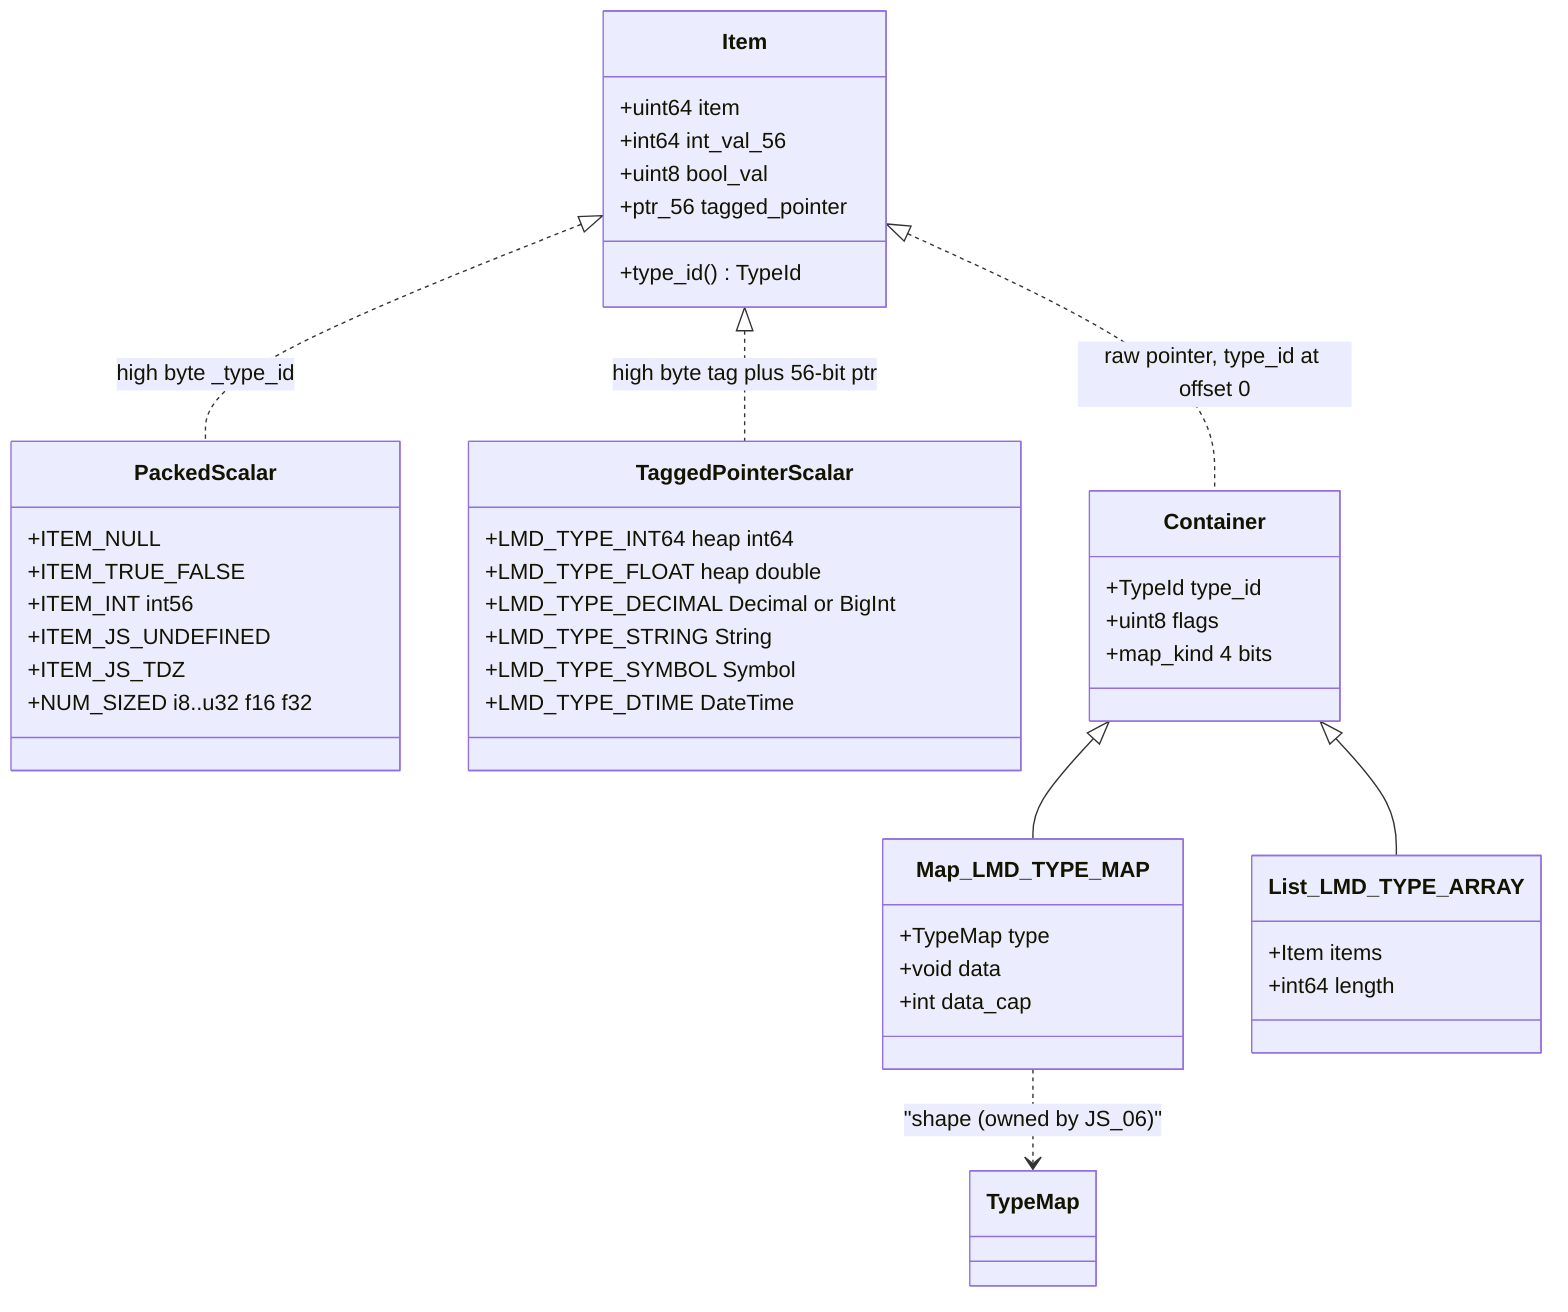
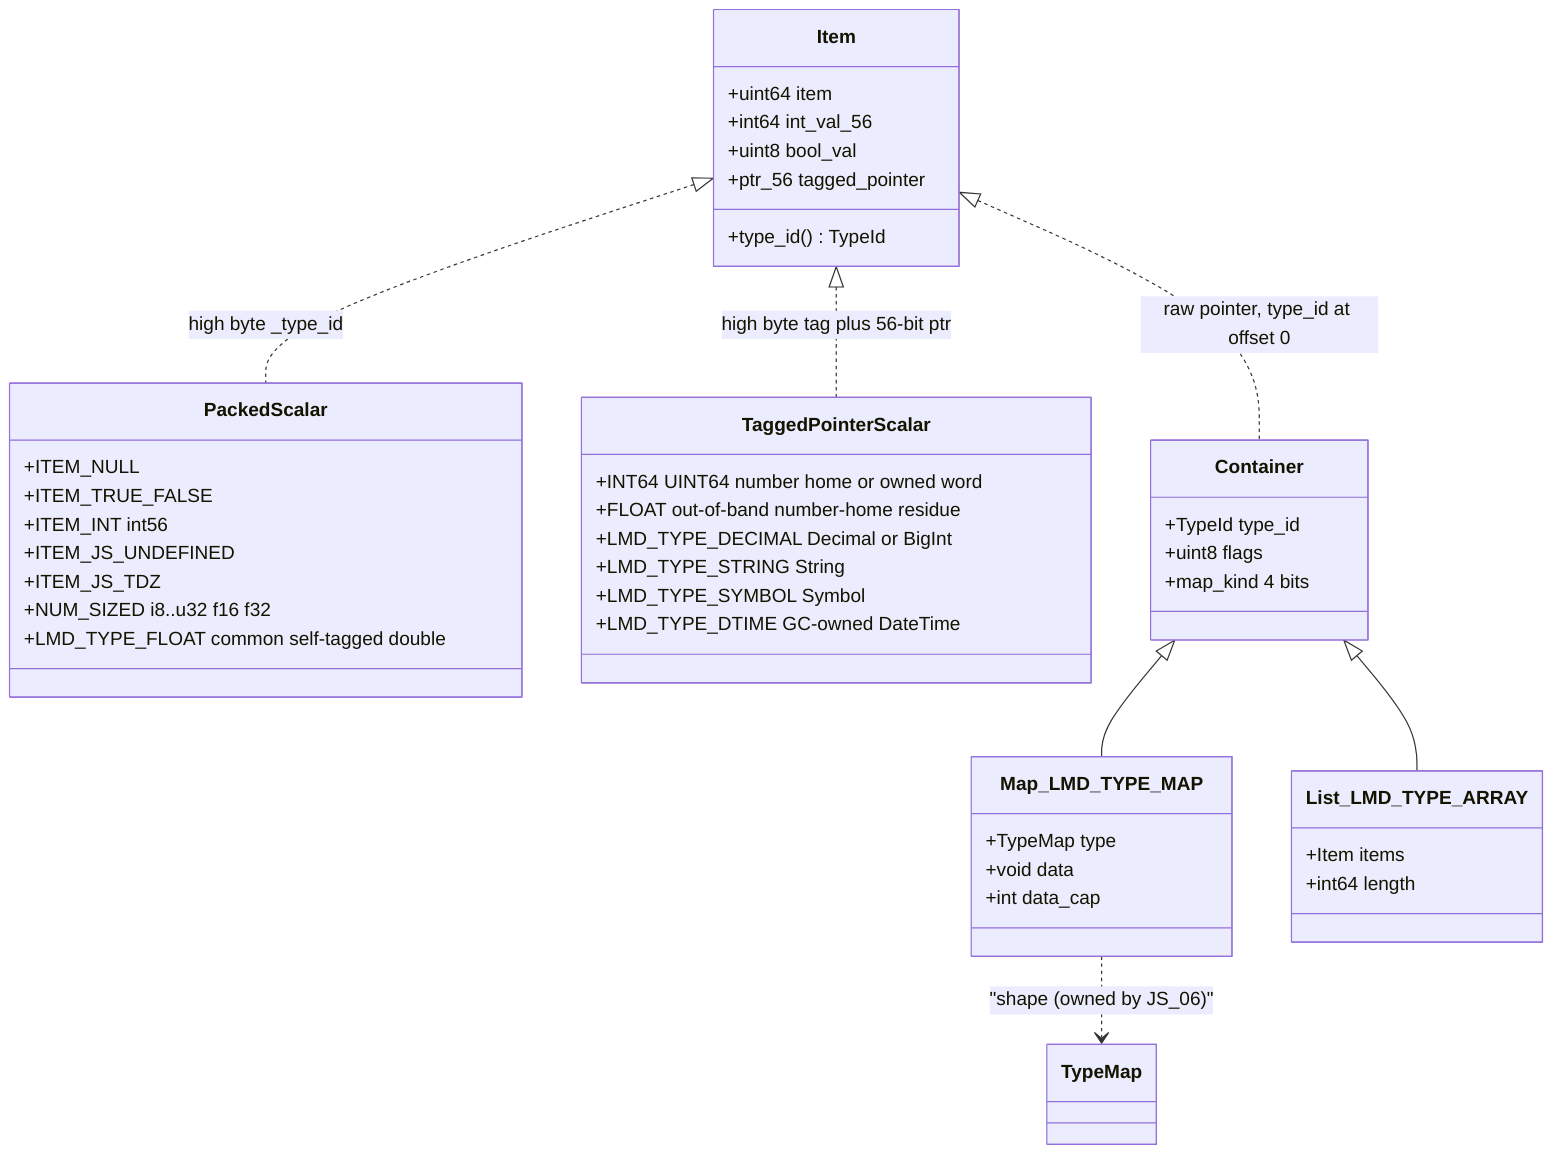
classDiagram
  class Item {
    +uint64 item
    +int64 int_val_56
    +uint8 bool_val
    +ptr_56 tagged_pointer
    +type_id() TypeId
  }
  class PackedScalar {
    +ITEM_NULL
    +ITEM_TRUE_FALSE
    +ITEM_INT int56
    +ITEM_JS_UNDEFINED
    +ITEM_JS_TDZ
    +NUM_SIZED i8..u32 f16 f32
+     +LMD_TYPE_FLOAT common self-tagged double
  }
  class TaggedPointerScalar {
-     +LMD_TYPE_INT64 heap int64
-     +LMD_TYPE_FLOAT heap double
+     +INT64 UINT64 number home or owned word
+     +FLOAT out-of-band number-home residue
    +LMD_TYPE_DECIMAL Decimal or BigInt
    +LMD_TYPE_STRING String
    +LMD_TYPE_SYMBOL Symbol
-     +LMD_TYPE_DTIME DateTime
+     +LMD_TYPE_DTIME GC-owned DateTime
  }
  class Container {
    +TypeId type_id
    +uint8 flags
    +map_kind 4 bits
  }
  class Map_LMD_TYPE_MAP {
    +TypeMap type
    +void data
    +int data_cap
  }
  class List_LMD_TYPE_ARRAY {
    +Item items
    +int64 length
  }
  Item <|.. PackedScalar : high byte _type_id
  Item <|.. TaggedPointerScalar : high byte tag plus 56-bit ptr
  Item <|.. Container : raw pointer, type_id at offset 0
  Container <|-- Map_LMD_TYPE_MAP
  Container <|-- List_LMD_TYPE_ARRAY
  Map_LMD_TYPE_MAP ..> TypeMap : "shape (owned by JS_06)"
